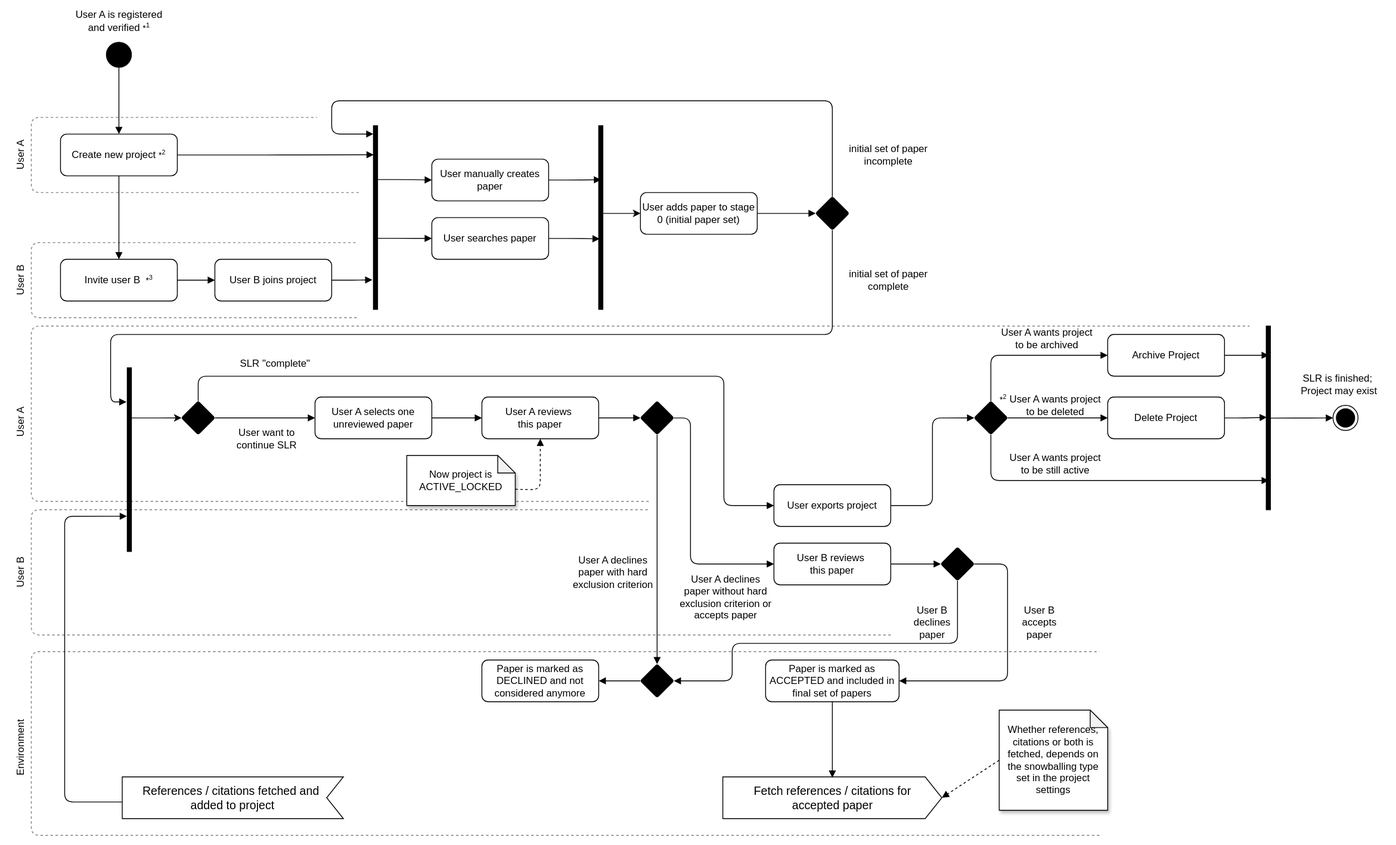
The draw.io diagram wiki/assets/snowballr-slr-process.svg in SE-UUlm/snowballr, before a commit. Source tidied: cells renumbered, new cells last; positions are measured from the earlier drawing's top-left corner, leaving out a move shared by most shapes.
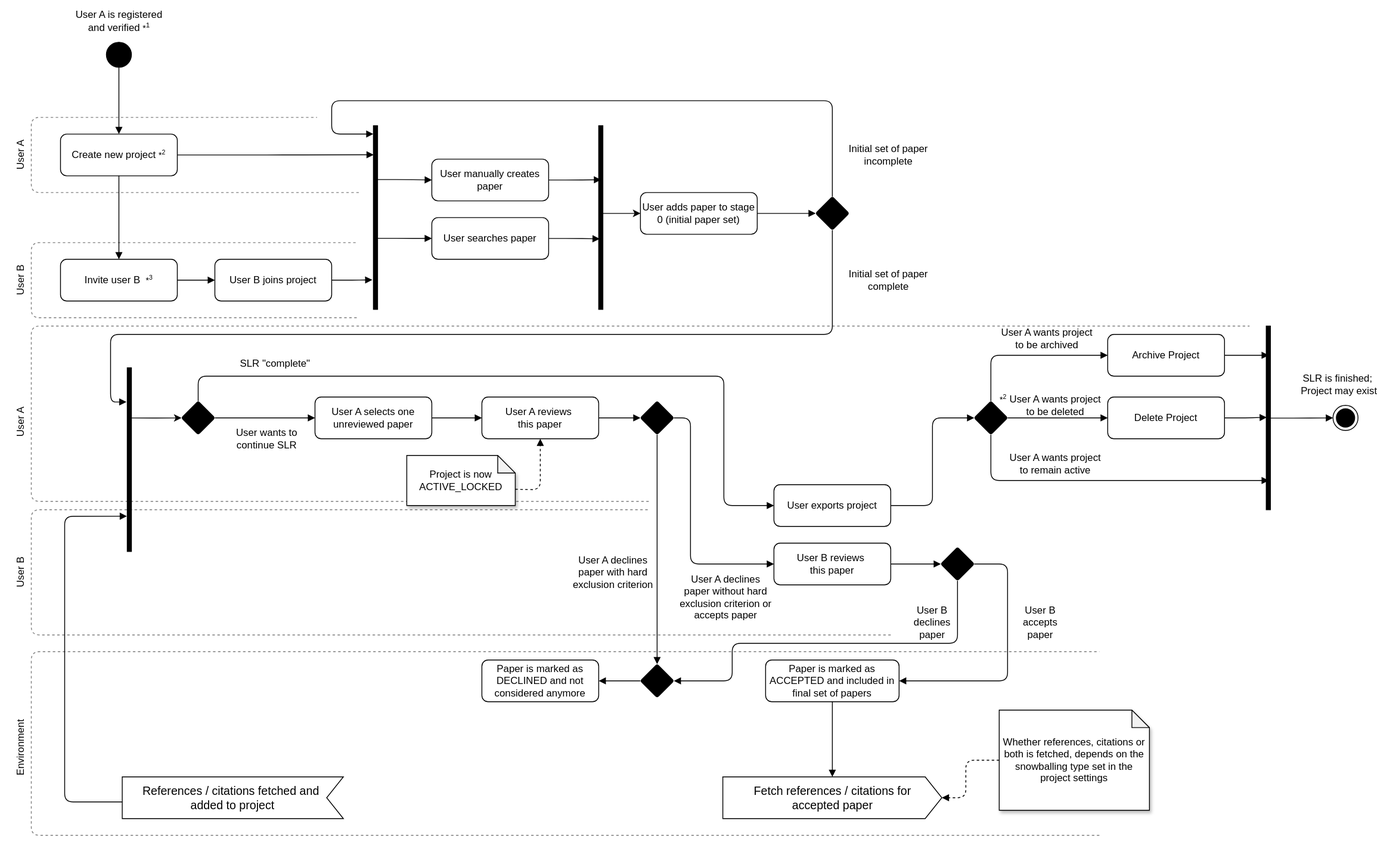
The same file after the commit.

Commit message:
chore: fix some spelling mistakes and formatting in the SLR process diagram

The edit, as a diff of the source:
```diff
@@ -129,7 +129,7 @@
         </Array>
       </mxGeometry>
     </mxCell>
-    <mxCell id="30" value="initial set of paper incomplete" style="text;html=1;whiteSpace=wrap;strokeColor=none;fillColor=none;align=center;verticalAlign=middle;rounded=0;" parent="1" vertex="1">
+    <mxCell id="30" value="Initial set of paper incomplete" style="text;html=1;whiteSpace=wrap;strokeColor=none;fillColor=none;align=center;verticalAlign=middle;rounded=0;" parent="1" vertex="1">
       <mxGeometry x="1040" y="160" width="115" height="30" as="geometry" />
     </mxCell>
     <mxCell id="31" style="html=1;points=[];perimeter=orthogonalPerimeter;fillColor=strokeColor;" parent="1" vertex="1">
@@ -144,7 +144,7 @@
         </Array>
       </mxGeometry>
     </mxCell>
-    <mxCell id="33" value="initial set of paper complete" style="text;html=1;whiteSpace=wrap;strokeColor=none;fillColor=none;align=center;verticalAlign=middle;rounded=0;" parent="1" vertex="1">
+    <mxCell id="33" value="Initial set of paper complete" style="text;html=1;whiteSpace=wrap;strokeColor=none;fillColor=none;align=center;verticalAlign=middle;rounded=0;" parent="1" vertex="1">
       <mxGeometry x="1040" y="310" width="115" height="30" as="geometry" />
     </mxCell>
     <mxCell id="34" style="edgeStyle=orthogonalEdgeStyle;rounded=1;jettySize=auto;html=1;entryX=0;entryY=0.5;entryDx=0;entryDy=0;endArrow=block;endFill=1;curved=0;" parent="1" edge="1" source="35" target="66">
@@ -212,7 +212,7 @@
     <mxCell id="50" style="edgeStyle=orthogonalEdgeStyle;rounded=1;jettySize=auto;html=1;entryX=0;entryY=0.5;entryDx=0;entryDy=0;exitX=1.086;exitY=0.501;exitDx=0;exitDy=0;exitPerimeter=0;endArrow=block;endFill=1;curved=0;" parent="1" edge="1" source="46" target="49">
       <mxGeometry relative="1" as="geometry" />
     </mxCell>
-    <mxCell id="51" value="User want to continue SLR" style="text;html=1;whiteSpace=wrap;strokeColor=none;fillColor=none;align=center;verticalAlign=middle;rounded=0;" parent="1" vertex="1">
+    <mxCell id="51" value="User wants to continue SLR" style="text;html=1;whiteSpace=wrap;strokeColor=none;fillColor=none;align=center;verticalAlign=middle;rounded=0;" parent="1" vertex="1">
       <mxGeometry x="295" y="500" width="115" height="30" as="geometry" />
     </mxCell>
     <mxCell id="52" value="SLR &quot;complete&quot;" style="text;html=1;whiteSpace=wrap;strokeColor=none;fillColor=none;align=center;verticalAlign=middle;rounded=0;" parent="1" vertex="1">
@@ -227,7 +227,7 @@
     <mxCell id="55" value="User A wants project to be deleted" style="text;html=1;whiteSpace=wrap;strokeColor=none;fillColor=none;align=center;verticalAlign=middle;rounded=0;" parent="1" vertex="1">
       <mxGeometry x="1240" y="460" width="115" height="30" as="geometry" />
     </mxCell>
-    <mxCell id="56" value="User A wants project to be still active" style="text;html=1;whiteSpace=wrap;strokeColor=none;fillColor=none;align=center;verticalAlign=middle;rounded=0;" parent="1" vertex="1">
+    <mxCell id="56" value="User A wants project to remain active" style="text;html=1;whiteSpace=wrap;strokeColor=none;fillColor=none;align=center;verticalAlign=middle;rounded=0;" parent="1" vertex="1">
       <mxGeometry x="1240" y="530" width="115" height="30" as="geometry" />
     </mxCell>
     <mxCell id="57" style="edgeStyle=orthogonalEdgeStyle;rounded=1;jettySize=auto;html=1;entryX=0;entryY=0.5;entryDx=0;entryDy=0;endArrow=block;endFill=1;curved=0;" parent="1" edge="1" source="58" target="43">
@@ -243,7 +243,7 @@
       <mxGeometry x="179" y="920" width="265" height="50" as="geometry" />
     </mxCell>
     <mxCell id="61" value="Whether references, citations or both is fetched, depends on the snowballing type set in the project settings" style="shape=note;whiteSpace=wrap;html=1;backgroundOutline=1;darkOpacity=0.05;shadow=1;size=21;" parent="1" vertex="1">
-      <mxGeometry x="1230" y="840" width="130" height="120" as="geometry" />
+      <mxGeometry x="1230" y="840" width="180" height="120" as="geometry" />
     </mxCell>
     <mxCell id="62" style="edgeStyle=orthogonalEdgeStyle;rounded=1;jettySize=auto;html=1;entryX=-0.082;entryY=0.808;entryDx=0;entryDy=0;entryPerimeter=0;endArrow=block;endFill=1;curved=0;" parent="1" edge="1" source="60" target="31">
       <mxGeometry relative="1" as="geometry">
@@ -254,7 +254,12 @@
       </mxGeometry>
     </mxCell>
     <mxCell id="63" style="endArrow=block;dashed=1;html=1;rounded=1;entryX=1;entryY=0.5;entryDx=0;entryDy=0;entryPerimeter=0;exitX=0;exitY=0.5;exitDx=0;exitDy=0;exitPerimeter=0;endFill=1;curved=0;" parent="1" edge="1" source="61" target="59">
-      <mxGeometry relative="1" as="geometry" />
+      <mxGeometry relative="1" as="geometry">
+        <Array as="points">
+          <mxPoint x="1190" y="900" />
+          <mxPoint x="1190" y="945" />
+        </Array>
+      </mxGeometry>
     </mxCell>
     <mxCell id="64" value="&lt;font size=&quot;1&quot; style=&quot;caret-color: rgb(0, 0, 0); color: rgb(0, 0, 0); font-family: Helvetica; font-style: normal; font-variant-caps: normal; font-weight: 400; letter-spacing: normal; text-align: center; text-indent: 0px; text-transform: none; white-space: normal; word-spacing: 0px; -webkit-text-stroke-width: 0px; text-decoration: none;&quot;&gt;*&lt;/font&gt;&lt;span style=&quot;caret-color: rgb(0, 0, 0); color: rgb(0, 0, 0); font-family: Helvetica; font-style: normal; font-variant-caps: normal; font-weight: 400; letter-spacing: normal; text-align: center; text-indent: 0px; text-transform: none; white-space: normal; word-spacing: 0px; -webkit-text-stroke-width: 0px; text-decoration: none; font-size: 9px;&quot;&gt;&lt;sup&gt;2&lt;/sup&gt;&lt;/span&gt;" style="text;html=1;whiteSpace=wrap;strokeColor=none;fillColor=none;align=center;verticalAlign=middle;rounded=0;" parent="1" vertex="1">
       <mxGeometry x="1230" y="465" width="10" height="5" as="geometry" />
@@ -265,7 +270,7 @@
     <mxCell id="66" value="User A reviews&amp;nbsp;&lt;div&gt;this paper&lt;/div&gt;" style="rounded=1;whiteSpace=wrap;html=1;" parent="1" vertex="1">
       <mxGeometry x="610" y="465" width="140" height="50" as="geometry" />
     </mxCell>
-    <mxCell id="67" value="Now project is ACTIVE_LOCKED" style="shape=note;whiteSpace=wrap;html=1;backgroundOutline=1;darkOpacity=0.05;shadow=1;size=21;" parent="1" vertex="1">
+    <mxCell id="67" value="Project is now ACTIVE_LOCKED" style="shape=note;whiteSpace=wrap;html=1;backgroundOutline=1;darkOpacity=0.05;shadow=1;size=21;" parent="1" vertex="1">
       <mxGeometry x="520" y="535" width="130" height="60" as="geometry" />
     </mxCell>
     <mxCell id="68" style="endArrow=block;dashed=1;html=1;rounded=1;entryX=0.5;entryY=1;entryDx=0;entryDy=0;exitX=0;exitY=0;exitDx=130;exitDy=40.5;exitPerimeter=0;endFill=1;curved=0;" parent="1" edge="1" source="67" target="66">
```
